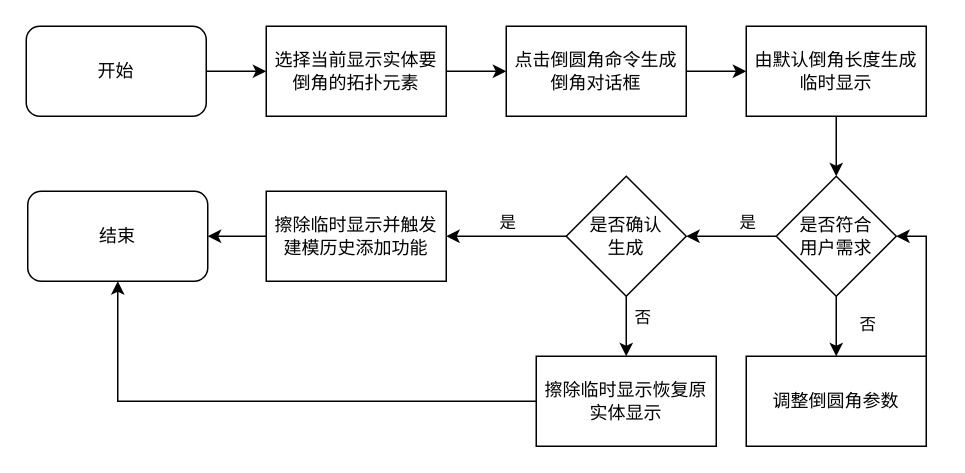
liuhuliuhu123/First-test keeps this draw.io diagram as 修饰特征创建流程.drawio. Above is the earlier version. Source tidied: cells renumbered, new cells numbered last; positions are measured from the earlier drawing's top-left corner, leaving out a move shared by most shapes. Both pictures are drawn from the tidied source at 150%, with x=0, y=0 at pixel (26, 26).
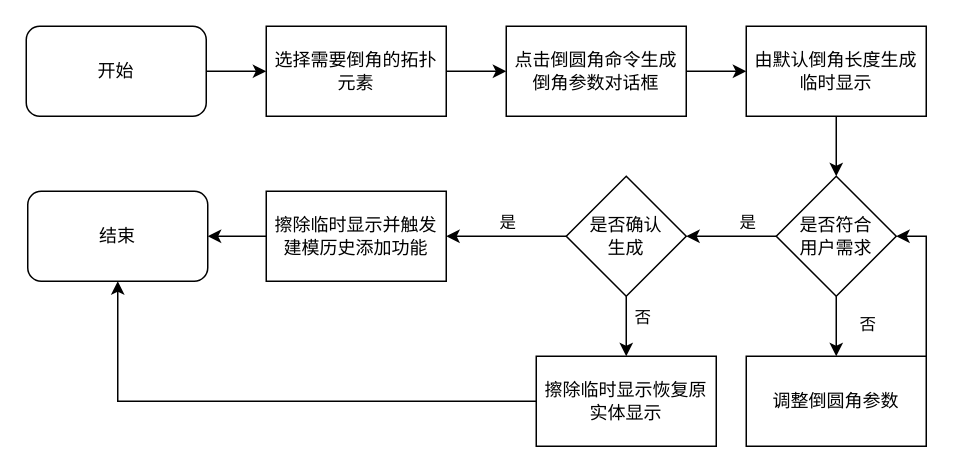
After the change.

Commit message:
更新修饰特征创建流程.drawio

What changed in the source:
```diff
@@
-    <mxCell id="5" value="选择当前显示实体要倒角的拓扑元素" style="rounded=0;whiteSpace=wrap;html=1;" parent="1" vertex="1">
+    <mxCell id="5" value="选择需要倒角的拓扑元素" style="rounded=0;whiteSpace=wrap;html=1;" parent="1" vertex="1">
       <mxGeometry x="160" width="120" height="60" as="geometry" />
     </mxCell>
@@
-    <mxCell id="7" value="点击倒圆角命令生成倒角对话框" style="rounded=0;whiteSpace=wrap;html=1;" parent="1" vertex="1">
+    <mxCell id="7" value="点击倒圆角命令生成倒角参数对话框" style="rounded=0;whiteSpace=wrap;html=1;" parent="1" vertex="1">
       <mxGeometry x="320" width="120" height="60" as="geometry" />
     </mxCell>
```
